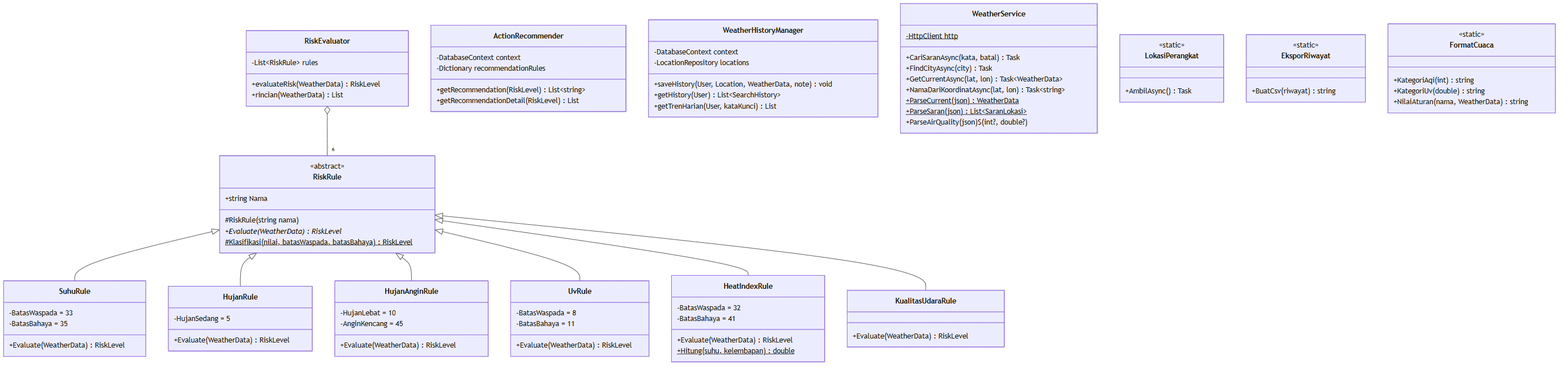
The Mermaid diagram docs/diagram/class-layanan.png in dnday/Junpro6, before a commit. Its source is kept beside it as docs/diagram/class-layanan.mmd. Its diagram source:
```mermaid
classDiagram
    direction TB
    class RiskRule {
        <<abstract>>
        +string Nama
        #RiskRule(string nama)
        +Evaluate(WeatherData)* RiskLevel
        #Klasifikasi(nilai, batasWaspada, batasBahaya)$ RiskLevel
    }
    class SuhuRule {
        -BatasWaspada = 33
        -BatasBahaya = 35
        +Evaluate(WeatherData) RiskLevel
    }
    class HujanRule {
        -HujanSedang = 5
        +Evaluate(WeatherData) RiskLevel
    }
    class HujanAnginRule {
        -HujanLebat = 10
        -AnginKencang = 45
        +Evaluate(WeatherData) RiskLevel
    }
    class UvRule {
        -BatasWaspada = 8
        -BatasBahaya = 11
        +Evaluate(WeatherData) RiskLevel
    }
    class HeatIndexRule {
        -BatasWaspada = 32
        -BatasBahaya = 41
        +Evaluate(WeatherData) RiskLevel
        +Hitung(suhu, kelembapan)$ double
    }
    class KualitasUdaraRule {
        +Evaluate(WeatherData) RiskLevel
    }
    class RiskEvaluator {
        -List~RiskRule~ rules
        +evaluateRisk(WeatherData) RiskLevel
        +rincian(WeatherData) List
    }
    class ActionRecommender {
        -DatabaseContext context
        -Dictionary recommendationRules
        +getRecommendation(RiskLevel) List~string~
        +getRecommendationDetail(RiskLevel) List
    }
    class WeatherHistoryManager {
        -DatabaseContext context
        -LocationRepository locations
        +saveHistory(User, Location, WeatherData, note) void
        +getHistory(User) List~SearchHistory~
        +getTrenHarian(User, kataKunci) List
    }
    class WeatherService {
        -HttpClient http$
        +CariSaranAsync(kata, batal) Task
        +FindCityAsync(city) Task
        +GetCurrentAsync(lat, lon) Task~WeatherData~
        +NamaDariKoordinatAsync(lat, lon) Task~string~
        +ParseCurrent(json)$ WeatherData
        +ParseSaran(json)$ List~SaranLokasi~
        +ParseAirQuality(json)$ (int?, double?)
    }
    class LokasiPerangkat {
        <<static>>
        +AmbilAsync() Task
    }
    class EksporRiwayat {
        <<static>>
        +BuatCsv(riwayat) string
    }
    class FormatCuaca {
        <<static>>
        +KategoriAqi(int) string
        +KategoriUv(double) string
        +NilaiAturan(nama, WeatherData) string
    }

    RiskRule <|-- SuhuRule
    RiskRule <|-- HujanRule
    RiskRule <|-- HujanAnginRule
    RiskRule <|-- UvRule
    RiskRule <|-- HeatIndexRule
    RiskRule <|-- KualitasUdaraRule
    RiskEvaluator o-- "6" RiskRule
```
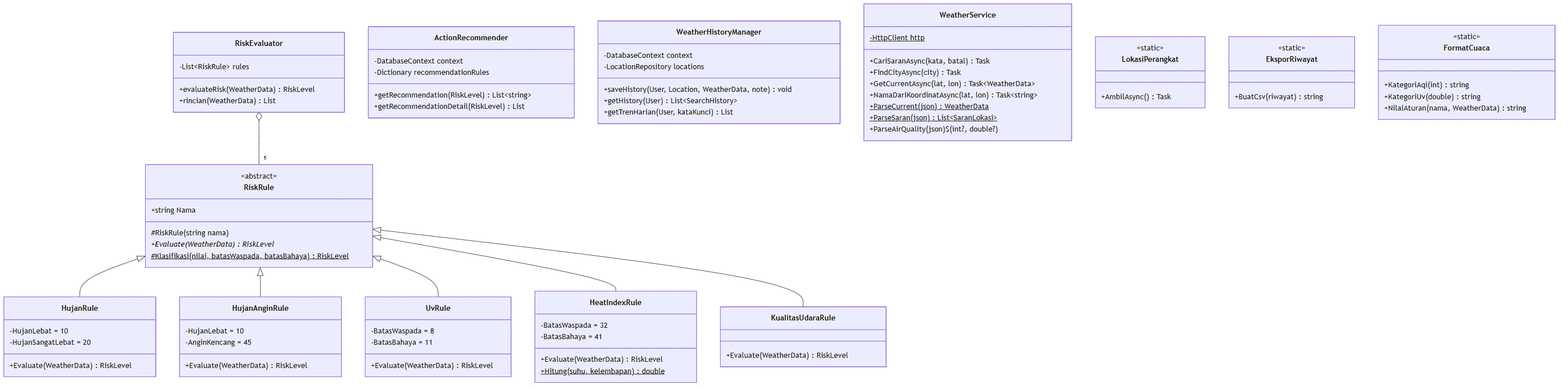
Above is the later version.

Change to the diagram source:
```diff
@@ -7,13 +7,9 @@
         +Evaluate(WeatherData)* RiskLevel
         #Klasifikasi(nilai, batasWaspada, batasBahaya)$ RiskLevel
     }
-    class SuhuRule {
-        -BatasWaspada = 33
-        -BatasBahaya = 35
-        +Evaluate(WeatherData) RiskLevel
-    }
     class HujanRule {
-        -HujanSedang = 5
+        -HujanLebat = 10
+        -HujanSangatLebat = 20
         +Evaluate(WeatherData) RiskLevel
     }
     class HujanAnginRule {
@@ -78,10 +74,9 @@
         +NilaiAturan(nama, WeatherData) string
     }
 
-    RiskRule <|-- SuhuRule
     RiskRule <|-- HujanRule
     RiskRule <|-- HujanAnginRule
     RiskRule <|-- UvRule
     RiskRule <|-- HeatIndexRule
     RiskRule <|-- KualitasUdaraRule
-    RiskEvaluator o-- "6" RiskRule
+    RiskEvaluator o-- "5" RiskRule
```
